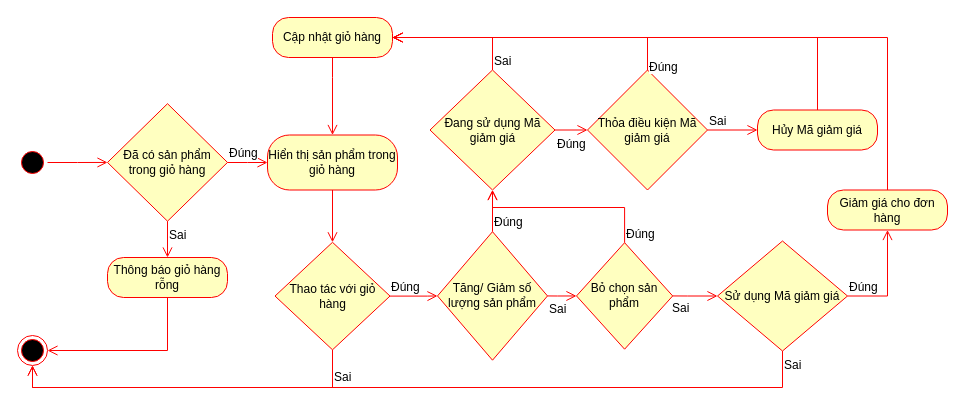
This is Mô hình/Activity/Xem giỏ hàng.drawio from LammVuu/DATT, a draw.io file, before an edit. Source tidied: cells renumbered, new cells numbered last; positions are measured from the earlier drawing's top-left corner, leaving out a move shared by most shapes. Both pictures are drawn from the tidied source at 100%, with x=0, y=0 at pixel (17, 17).
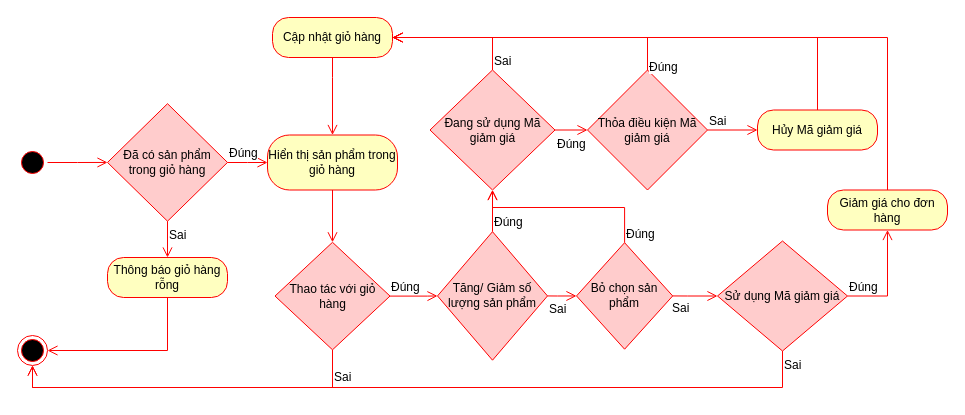
The same diagram, later.

The edit, as a diff of the source:
```diff
@@
-    <mxCell id="4" value="Đã có sản phẩm trong giỏ hàng" style="rhombus;whiteSpace=wrap;html=1;fillColor=#ffffc0;strokeColor=#ff0000;fontSize=12;" parent="1" vertex="1">
+    <mxCell id="4" value="Đã có sản phẩm trong giỏ hàng" style="rhombus;whiteSpace=wrap;html=1;fillColor=#FFCCCC;strokeColor=#ff0000;fontSize=12;" parent="1" vertex="1">
       <mxGeometry x="90" y="86.2" width="120" height="117.5" as="geometry" />
     </mxCell>
@@
-    <mxCell id="11" value="Thao tác với giỏ hàng" style="rhombus;whiteSpace=wrap;html=1;fillColor=#ffffc0;strokeColor=#ff0000;fontSize=12;" parent="1" vertex="1">
+    <mxCell id="11" value="Thao tác với giỏ hàng" style="rhombus;whiteSpace=wrap;html=1;fillColor=#FFCCCC;strokeColor=#ff0000;fontSize=12;" parent="1" vertex="1">
       <mxGeometry x="257.5" y="224.8" width="115" height="107.5" as="geometry" />
     </mxCell>
@@
-    <mxCell id="14" value="Tăng/ Giảm số lượng sản phẩm" style="rhombus;whiteSpace=wrap;html=1;fillColor=#ffffc0;strokeColor=#ff0000;fontSize=12;" parent="1" vertex="1">
+    <mxCell id="14" value="Tăng/ Giảm số lượng sản phẩm" style="rhombus;whiteSpace=wrap;html=1;fillColor=#FFCCCC;strokeColor=#ff0000;fontSize=12;" parent="1" vertex="1">
       <mxGeometry x="420" y="214.2" width="110" height="128.5" as="geometry" />
     </mxCell>
@@
-    <mxCell id="16" value="Bỏ chọn sản phẩm" style="rhombus;whiteSpace=wrap;html=1;fillColor=#ffffc0;strokeColor=#ff0000;fontSize=12;" parent="1" vertex="1">
+    <mxCell id="16" value="Bỏ chọn sản phẩm" style="rhombus;whiteSpace=wrap;html=1;fillColor=#FFCCCC;strokeColor=#ff0000;fontSize=12;" parent="1" vertex="1">
       <mxGeometry x="559" y="225.2" width="96.2" height="106.5" as="geometry" />
     </mxCell>
@@
-    <mxCell id="21" value="Đang sử dụng Mã giảm giá" style="rhombus;whiteSpace=wrap;html=1;fillColor=#ffffc0;strokeColor=#ff0000;fontSize=12;" parent="1" vertex="1">
+    <mxCell id="21" value="Đang sử dụng Mã giảm giá" style="rhombus;whiteSpace=wrap;html=1;fillColor=#FFCCCC;strokeColor=#ff0000;fontSize=12;" parent="1" vertex="1">
       <mxGeometry x="412.5" y="52.5" width="125" height="120" as="geometry" />
     </mxCell>
@@
-    <mxCell id="24" value="Thỏa điều kiện Mã giảm giá" style="rhombus;whiteSpace=wrap;html=1;fillColor=#ffffc0;strokeColor=#ff0000;fontSize=12;" parent="1" vertex="1">
+    <mxCell id="24" value="Thỏa điều kiện Mã giảm giá" style="rhombus;whiteSpace=wrap;html=1;fillColor=#FFCCCC;strokeColor=#ff0000;fontSize=12;" parent="1" vertex="1">
       <mxGeometry x="570" y="52.5" width="120" height="120" as="geometry" />
     </mxCell>
@@
-    <mxCell id="30" value="Sử dụng Mã giảm giá" style="rhombus;whiteSpace=wrap;html=1;fillColor=#ffffc0;strokeColor=#ff0000;fontSize=12;" parent="1" vertex="1">
+    <mxCell id="30" value="Sử dụng Mã giảm giá" style="rhombus;whiteSpace=wrap;html=1;fillColor=#FFCCCC;strokeColor=#ff0000;fontSize=12;" parent="1" vertex="1">
       <mxGeometry x="700" y="223.5" width="130" height="110" as="geometry" />
     </mxCell>
```
